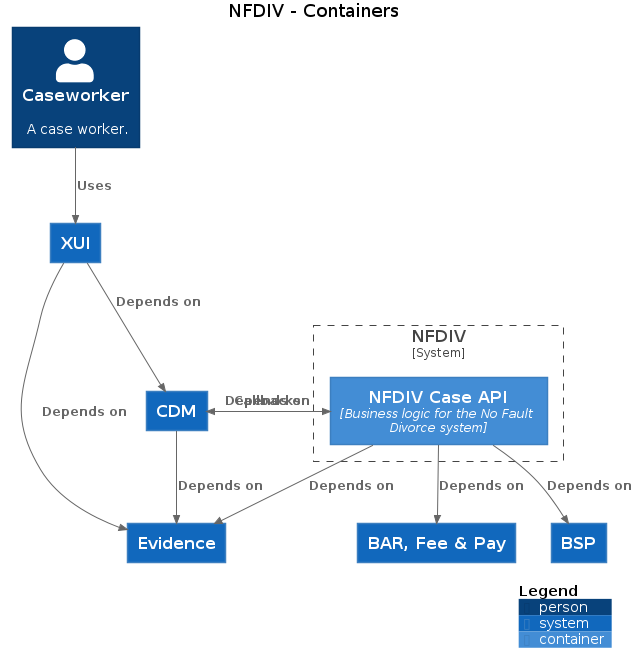
hmcts/cnp-api-docs keeps this PlantUML diagram as docs/c4/nfdiv/images/structurizr-nfdiv-caseworker.png. Above is the earlier version. Source of this version:
```plantuml
@startuml
title NFDIV - Containers

top to bottom direction

!includeurl https://raw.githubusercontent.com/plantuml-stdlib/C4-PlantUML/master/C4.puml
!includeurl https://raw.githubusercontent.com/plantuml-stdlib/C4-PlantUML/master/C4_Context.puml
!includeurl https://raw.githubusercontent.com/plantuml-stdlib/C4-PlantUML/master/C4_Container.puml

Person(Caseworker, "Caseworker", "A case worker.")
System(XUI, "XUI", "")
System(CDM, "CDM", "")
System(BARFeePay, "BAR, Fee & Pay", "")
System(BSP, "BSP", "")
System(Evidence, "Evidence", "")

System_Boundary("NFDIV_boundary", "NFDIV") {
  Container(NFDIV.NFDIVCaseAPI, "NFDIV Case API", "Business logic for the No Fault Divorce system")
}

Rel_D(CDM, Evidence, "Depends on")
Rel_D(XUI, Evidence, "Depends on")
Rel_D(XUI, CDM, "Depends on")
Rel_D(NFDIV.NFDIVCaseAPI, CDM, "Depends on")
Rel_D(NFDIV.NFDIVCaseAPI, BARFeePay, "Depends on")
Rel_D(NFDIV.NFDIVCaseAPI, Evidence, "Depends on")
Rel_D(NFDIV.NFDIVCaseAPI, BSP, "Depends on")
Rel_D(Caseworker, XUI, "Uses")
Rel_D(CDM, NFDIV.NFDIVCaseAPI, "Callbacks")

SHOW_DYNAMIC_LEGEND()
@enduml
```
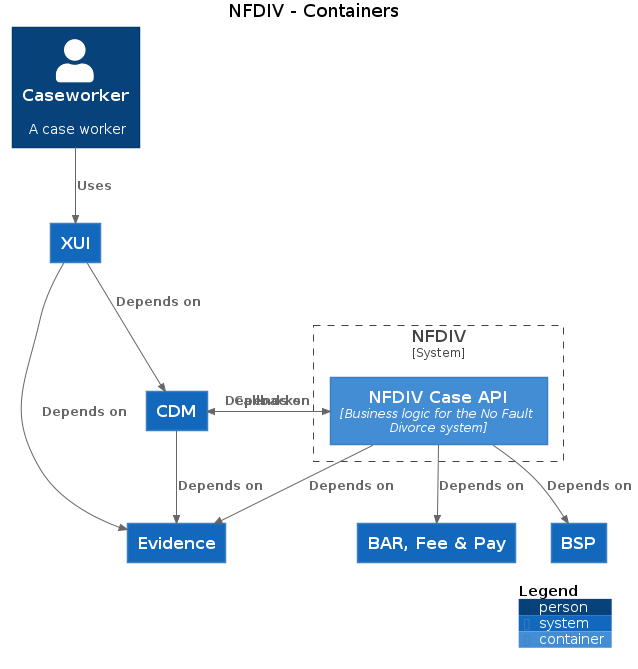
The same file after the commit.

Change to the diagram source:
```diff
@@ -7,7 +7,7 @@
 !includeurl https://raw.githubusercontent.com/plantuml-stdlib/C4-PlantUML/master/C4_Context.puml
 !includeurl https://raw.githubusercontent.com/plantuml-stdlib/C4-PlantUML/master/C4_Container.puml
 
-Person(Caseworker, "Caseworker", "A case worker.")
+Person(Caseworker, "Caseworker", "A case worker")
 System(XUI, "XUI", "")
 System(CDM, "CDM", "")
 System(BARFeePay, "BAR, Fee & Pay", "")
```
